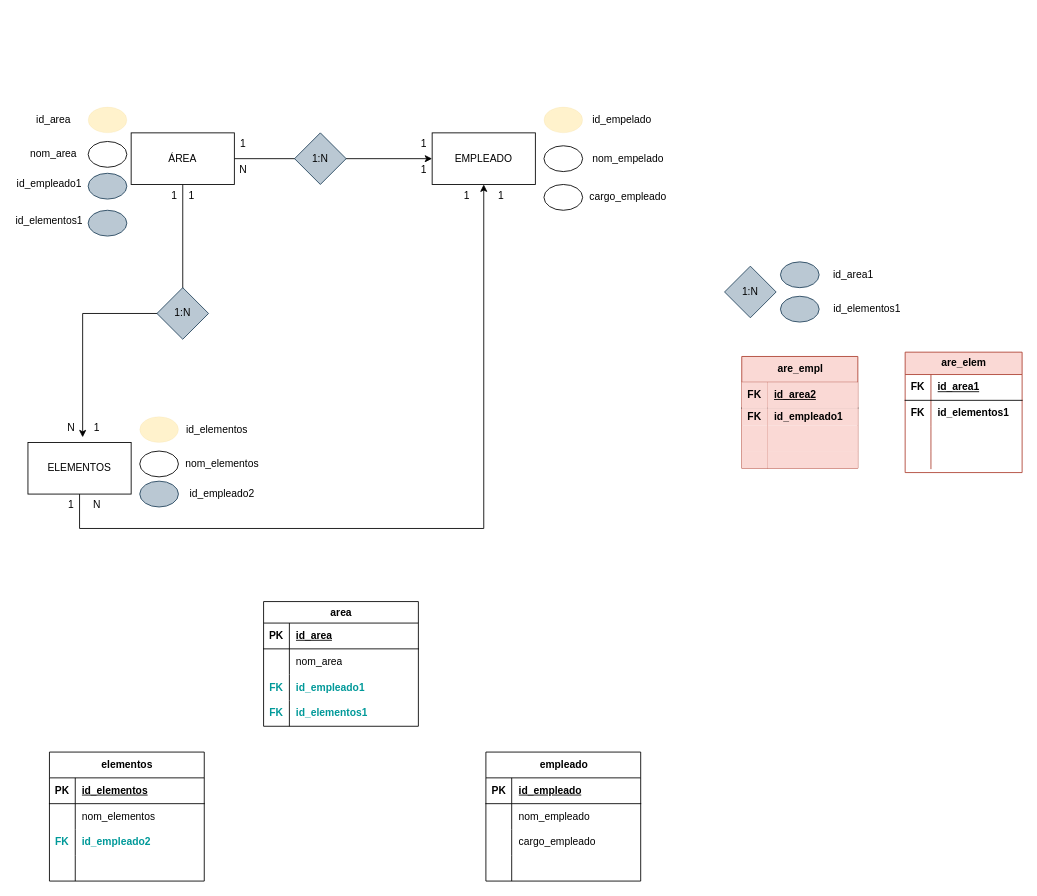
Before: Diagrama de Incio.drawio in Anacon4/Home, a draw.io diagram. Source tidied: cells renumbered, new cells numbered last; positions are measured from the earlier drawing's top-left corner, leaving out a move shared by most shapes. Both pictures are drawn from the tidied source at 86%, with x=0, y=0 at pixel (15, 107).
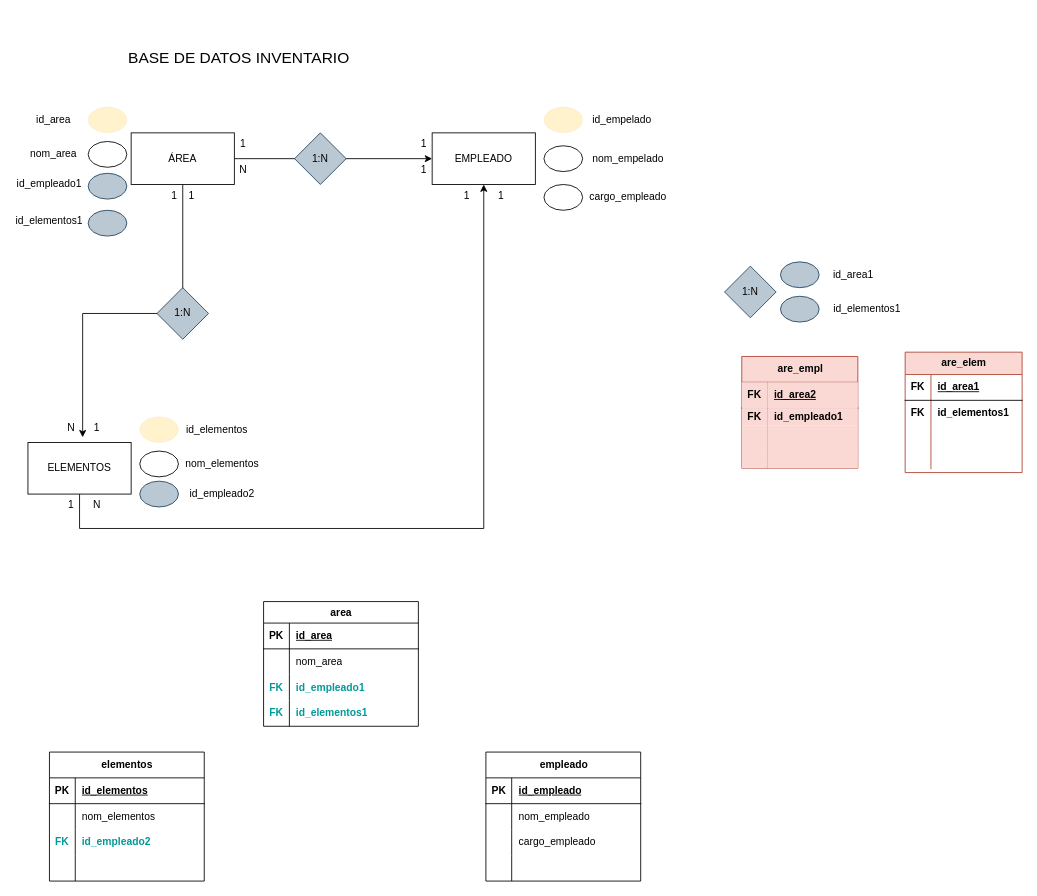
Above is the later version.

What changed in the source:
```diff
@@
+    <mxCell id="112" value="&lt;font style=&quot;font-size: 18px;&quot;&gt;BASE DE DATOS INVENTARIO&lt;/font&gt;" style="text;html=1;align=center;verticalAlign=middle;strokeColor=none;fillColor=none;spacing=33;" parent="1" vertex="1">
+      <mxGeometry x="90" y="-107" width="340" height="100" as="geometry" />
+    </mxCell>
```
